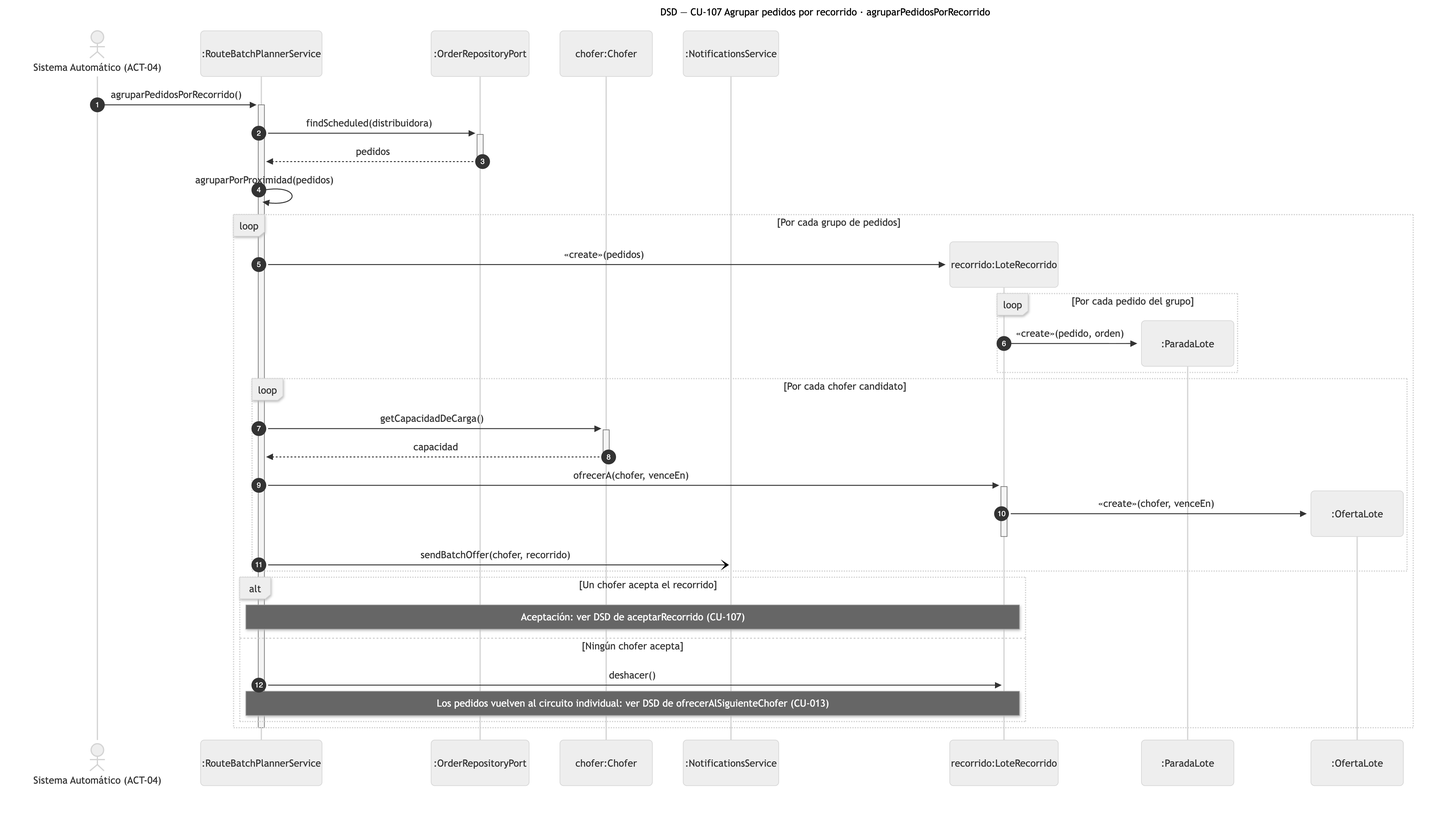
This is diagramas/png/DSD_CU-107_agruparPedidosPorRecorrido.png from Nahuelito-Dev/splg-docs, a Mermaid export, as it was before one commit. Its source is kept beside it as diagramas/DSD_CU-107_agruparPedidosPorRecorrido.mmd. Its diagram source:
```mermaid
sequenceDiagram
    title DSD — CU-107 Agrupar pedidos por recorrido · agruparPedidosPorRecorrido
    autonumber
    actor SIS as Sistema Automático (ACT-04)
    participant PLN as :RouteBatchPlannerService
    participant ORD as :OrderRepositoryPort
    participant CHO as chofer:Chofer
    participant NOT as :NotificationsService

    SIS->>+PLN: agruparPedidosPorRecorrido()
    PLN->>+ORD: findScheduled(distribuidora)
    ORD-->>-PLN: pedidos
    PLN->>PLN: agruparPorProximidad(pedidos)
    loop Por cada grupo de pedidos
        create participant LOT as recorrido:LoteRecorrido
        PLN->>LOT: «create»(pedidos)
        loop Por cada pedido del grupo
            create participant PRA as :ParadaLote
            LOT->>PRA: «create»(pedido, orden)
        end
        loop Por cada chofer candidato
            PLN->>+CHO: getCapacidadDeCarga()
            CHO-->>-PLN: capacidad
            PLN->>+LOT: ofrecerA(chofer, venceEn)
            create participant OFL as :OfertaLote
            LOT->>OFL: «create»(chofer, venceEn)
            deactivate LOT
            PLN-)NOT: sendBatchOffer(chofer, recorrido)
        end
        alt Un chofer acepta el recorrido
            Note over PLN,LOT: Aceptación: ver DSD de aceptarRecorrido (CU-107)
        else Ningún chofer acepta
            PLN->>LOT: deshacer()
            Note over PLN,LOT: Los pedidos vuelven al circuito individual: ver DSD de ofrecerAlSiguienteChofer (CU-013)
        end
    end
    deactivate PLN
```
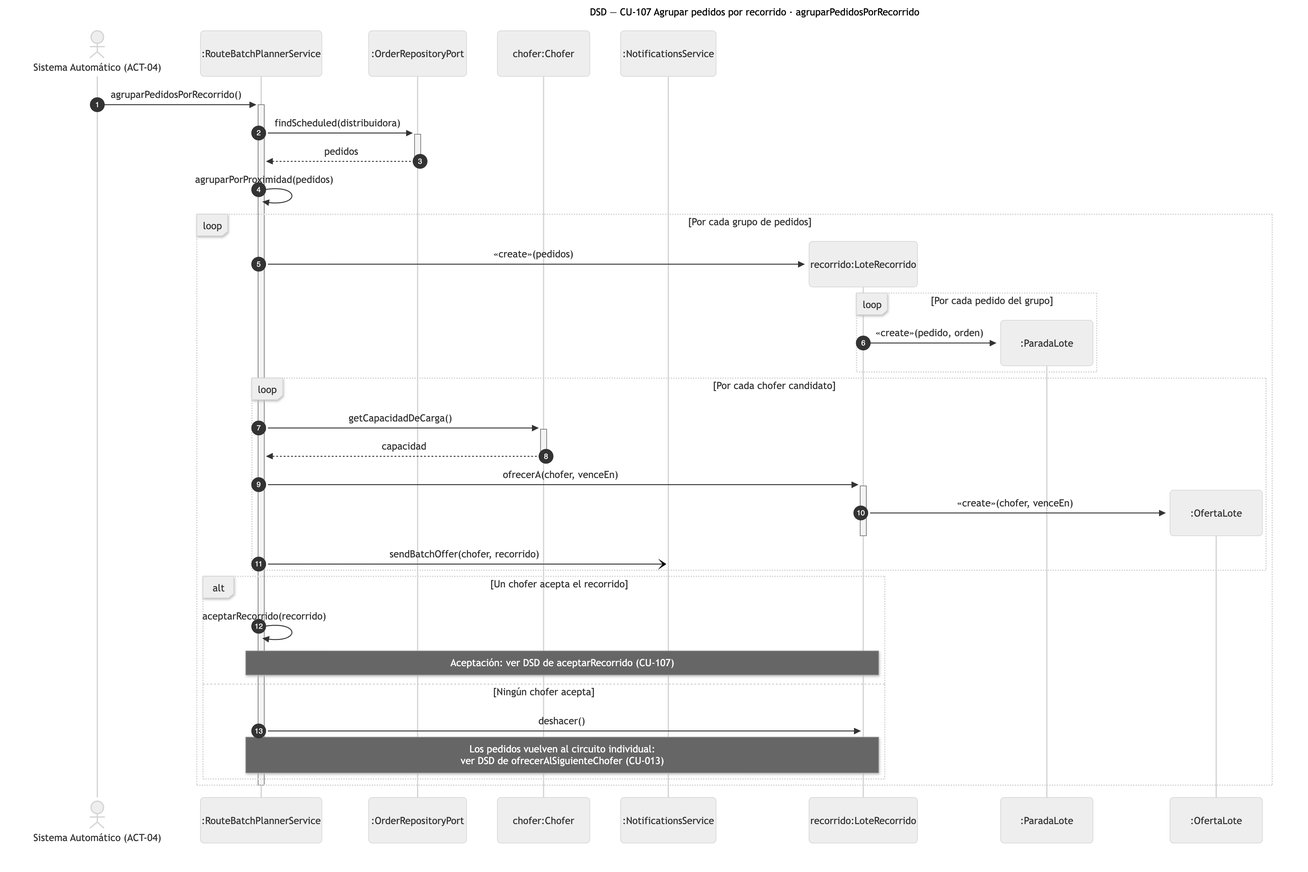
The same file after the commit.

Change to the diagram source:
```diff
@@ -28,10 +28,11 @@
             PLN-)NOT: sendBatchOffer(chofer, recorrido)
         end
         alt Un chofer acepta el recorrido
+            PLN->>PLN: aceptarRecorrido(recorrido)
             Note over PLN,LOT: Aceptación: ver DSD de aceptarRecorrido (CU-107)
         else Ningún chofer acepta
             PLN->>LOT: deshacer()
-            Note over PLN,LOT: Los pedidos vuelven al circuito individual: ver DSD de ofrecerAlSiguienteChofer (CU-013)
+            Note over PLN,LOT: Los pedidos vuelven al circuito individual:<br/>ver DSD de ofrecerAlSiguienteChofer (CU-013)
         end
     end
     deactivate PLN
```
